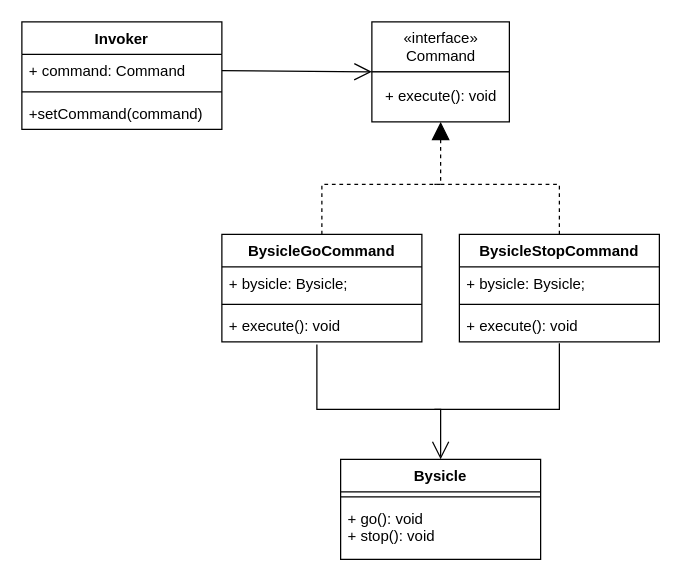
This is Behavioral/Command/command.drawio from VladTkachenko-page/Patterns, a draw.io file, before an edit. Source tidied: cells renumbered, new cells numbered last; positions are measured from the earlier drawing's top-left corner, leaving out a move shared by most shapes. Both pictures are drawn from the tidied source at 125%, with x=0, y=0 at pixel (21, 21).
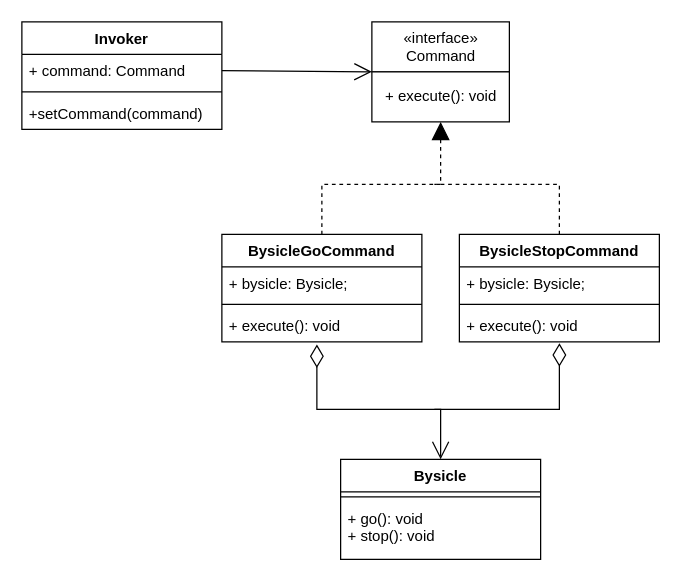
Above is the later version.

Unchanged cells that the change refers to:
```xml
<mxCell id="5" value="+ execute(): void" style="text;strokeColor=none;fillColor=none;align=left;verticalAlign=top;spacingLeft=4;spacingRight=4;overflow=hidden;points=[[0,0.5],[1,0.5]];portConstraint=eastwest;" parent="2" vertex="1">
  <mxGeometry y="60" width="160" height="26" as="geometry" />
</mxCell>
<mxCell id="20" value="Bysicle" style="swimlane;fontStyle=1;align=center;verticalAlign=top;horizontal=1;startSize=26;" parent="1" vertex="1">
  <mxGeometry x="255" y="350" width="160" height="80" as="geometry" />
</mxCell>
```

Diff of the diagram source:
```diff
@@
-    <mxCell id="23" style="endArrow=open;endFill=1;endSize=12;html=1;entryX=0.5;entryY=0;entryDx=0;entryDy=0;exitX=0.475;exitY=1.077;exitDx=0;exitDy=0;exitPerimeter=0;rounded=0;" parent="1" edge="1" source="5" target="20">
+    <mxCell id="23" style="endArrow=open;endFill=1;endSize=12;html=1;entryX=0.5;entryY=0;entryDx=0;entryDy=0;exitX=0.475;exitY=1.077;exitDx=0;exitDy=0;exitPerimeter=0;rounded=0;startArrow=diamondThin;startFill=0;startSize=16;targetPerimeterSpacing=0;" parent="1" edge="1" source="5" target="20">
       <mxGeometry relative="1" as="geometry">
         <Array as="points">
           <mxPoint x="236" y="310" />
           <mxPoint x="335" y="310" />
         </Array>
       </mxGeometry>
     </mxCell>
-    <mxCell id="24" style="endArrow=none;endFill=0;endSize=12;html=1;rounded=0;" parent="1" edge="1">
+    <mxCell id="24" style="endArrow=none;endFill=0;endSize=12;html=1;rounded=0;startArrow=diamondThin;startFill=0;startSize=16;" parent="1" edge="1">
       <mxGeometry relative="1" as="geometry">
         <mxPoint x="430" y="257" as="sourcePoint" />
         <mxPoint x="330" y="310" as="targetPoint" />
         <Array as="points">
           <mxPoint x="430" y="310" />
         </Array>
       </mxGeometry>
     </mxCell>
```
